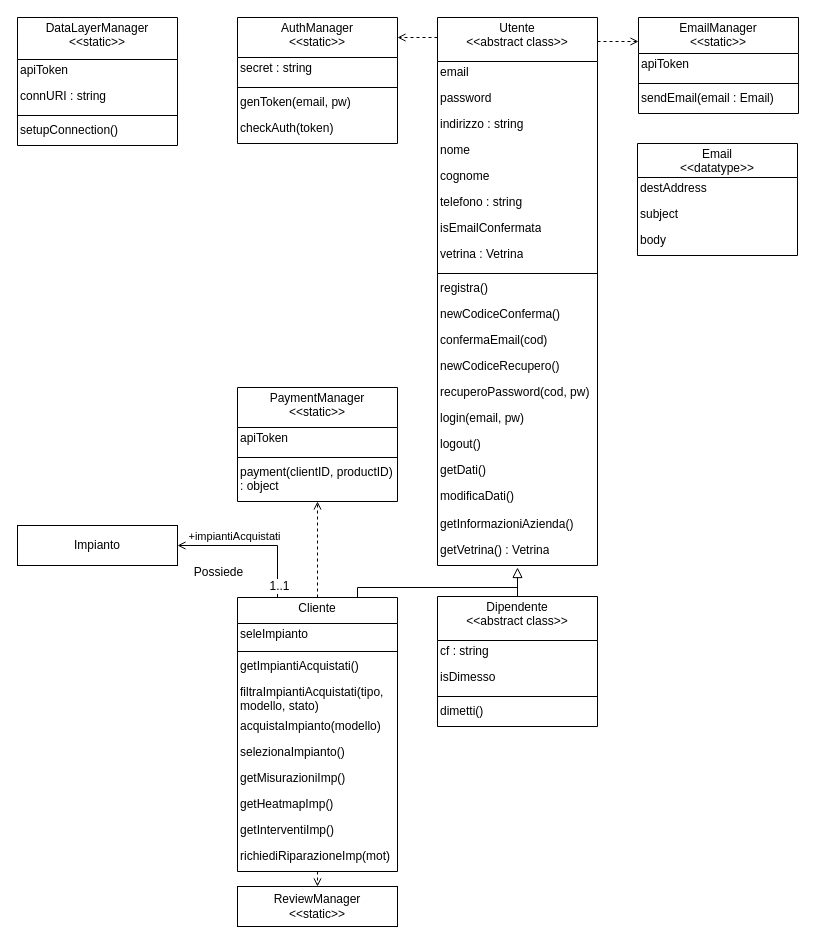
The draw.io diagram page "Utente" (2 of 10) of deliverables/d3/.media/.drawio/classi.drawio in amanfucci/ardeeno-workondeliverables, before the edit. Source tidied: cells renumbered, new cells numbered last; positions are measured from the earlier drawing's top-left corner, leaving out a move shared by most shapes. Both pictures are drawn from the tidied source at 100%, with x=0, y=0 at pixel (17, 17).
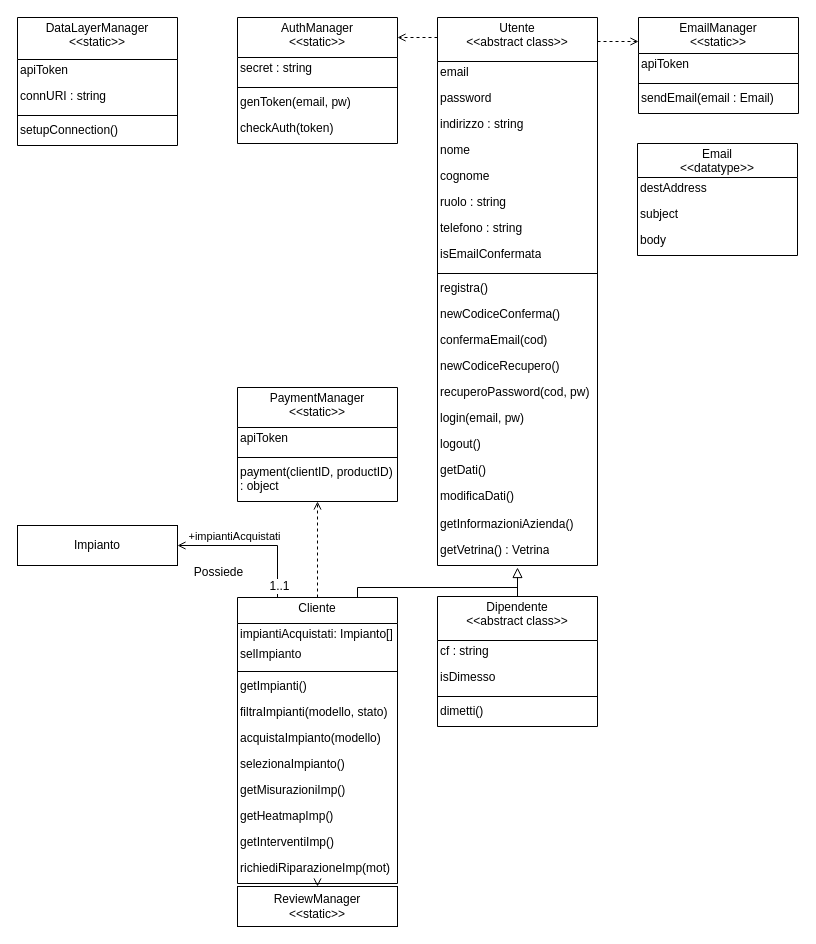
Above is the later version.

The change refers to these unchanged cells:
```xml
<mxCell id="4" value="Utente&#10;&lt;&lt;abstract class&gt;&gt;" style="swimlane;fontStyle=0;align=center;verticalAlign=top;horizontal=1;startSize=44;whiteSpace=wrap;spacing=-1;" parent="1" vertex="1">
  <mxGeometry x="420" width="160" height="548" as="geometry" />
</mxCell>
```

Diff of the diagram source:
```diff
@@
+    <mxCell id="72" value="ruolo : string" style="text;strokeColor=none;fillColor=none;align=left;verticalAlign=top;spacingLeft=4;spacingRight=4;overflow=hidden;fontStyle=0;whiteSpace=wrap;spacing=-1;" parent="4" vertex="1">
+      <mxGeometry y="174" width="160" height="26" as="geometry" />
+    </mxCell>
     <mxCell id="10" value="telefono : string" style="text;strokeColor=none;fillColor=none;align=left;verticalAlign=top;spacingLeft=4;spacingRight=4;overflow=hidden;fontStyle=0;whiteSpace=wrap;spacing=-1;" parent="4" vertex="1">
-      <mxGeometry y="174" width="160" height="26" as="geometry" />
+      <mxGeometry y="200" width="160" height="26" as="geometry" />
     </mxCell>
     <mxCell id="11" value="isEmailConfermata" style="text;strokeColor=none;fillColor=none;align=left;verticalAlign=top;spacingLeft=4;spacingRight=4;overflow=hidden;fontStyle=0;whiteSpace=wrap;spacing=-1;" parent="4" vertex="1">
-      <mxGeometry y="200" width="160" height="26" as="geometry" />
+      <mxGeometry y="226" width="160" height="26" as="geometry" />
     </mxCell>
-    <mxCell id="12" value="vetrina : Vetrina" style="text;strokeColor=none;fillColor=none;align=left;verticalAlign=top;spacingLeft=4;spacingRight=4;overflow=hidden;fontStyle=0;whiteSpace=wrap;spacing=-1;" parent="4" vertex="1">
-      <mxGeometry y="226" width="160" height="26" as="geometry" />
-    </mxCell>
@@
     <mxCell id="46" value="Cliente" style="swimlane;fontStyle=0;align=center;verticalAlign=top;horizontal=1;startSize=26;whiteSpace=wrap;spacing=-1;" parent="1" vertex="1">
-      <mxGeometry x="220" y="580" width="160" height="274" as="geometry" />
+      <mxGeometry x="220" y="580" width="160" height="286" as="geometry" />
     </mxCell>
+    <mxCell id="73" value="impiantiAcquistati: Impianto[]" style="text;strokeColor=none;fillColor=none;align=left;verticalAlign=top;spacingLeft=4;spacingRight=4;overflow=hidden;fontStyle=0;whiteSpace=wrap;spacing=-1;" parent="46" vertex="1">
+      <mxGeometry y="26" width="160" height="20" as="geometry" />
+    </mxCell>
-    <mxCell id="47" value="seleImpianto" style="text;strokeColor=none;fillColor=none;align=left;verticalAlign=top;spacingLeft=4;spacingRight=4;overflow=hidden;fontStyle=0;whiteSpace=wrap;spacing=-1;" parent="46" vertex="1">
-      <mxGeometry y="26" width="160" height="24" as="geometry" />
+    <mxCell id="47" value="selImpianto" style="text;strokeColor=none;fillColor=none;align=left;verticalAlign=top;spacingLeft=4;spacingRight=4;overflow=hidden;fontStyle=0;whiteSpace=wrap;spacing=-1;" parent="46" vertex="1">
+      <mxGeometry y="46" width="160" height="24" as="geometry" />
     </mxCell>
     <mxCell id="48" style="line;strokeWidth=1;fillColor=none;align=left;verticalAlign=middle;spacingTop=-1;spacingLeft=3;spacingRight=3;labelPosition=right;strokeColor=inherit;fontStyle=0;whiteSpace=wrap;spacing=-1;" parent="46" vertex="1">
-      <mxGeometry y="50" width="160" height="8" as="geometry" />
+      <mxGeometry y="70" width="160" height="8" as="geometry" />
     </mxCell>
-    <mxCell id="49" value="getImpiantiAcquistati()" style="text;strokeColor=none;fillColor=none;align=left;verticalAlign=top;spacingLeft=4;spacingRight=4;overflow=hidden;fontStyle=0;whiteSpace=wrap;spacing=-1;" parent="46" vertex="1">
-      <mxGeometry y="58" width="160" height="26" as="geometry" />
+    <mxCell id="49" value="getImpianti()" style="text;strokeColor=none;fillColor=none;align=left;verticalAlign=top;spacingLeft=4;spacingRight=4;overflow=hidden;fontStyle=0;whiteSpace=wrap;spacing=-1;" parent="46" vertex="1">
+      <mxGeometry y="78" width="160" height="26" as="geometry" />
     </mxCell>
-    <mxCell id="50" value="filtraImpiantiAcquistati(tipo, modello, stato)" style="text;strokeColor=none;fillColor=none;align=left;verticalAlign=top;spacingLeft=4;spacingRight=4;overflow=hidden;fontStyle=0;whiteSpace=wrap;spacing=-1;" parent="46" vertex="1">
-      <mxGeometry y="84" width="160" height="34" as="geometry" />
+    <mxCell id="50" value="filtraImpianti(modello, stato)" style="text;strokeColor=none;fillColor=none;align=left;verticalAlign=top;spacingLeft=4;spacingRight=4;overflow=hidden;fontStyle=0;whiteSpace=wrap;spacing=-1;" parent="46" vertex="1">
+      <mxGeometry y="104" width="160" height="26" as="geometry" />
     </mxCell>
     <mxCell id="51" value="acquistaImpianto(modello)" style="text;strokeColor=none;fillColor=none;align=left;verticalAlign=top;spacingLeft=4;spacingRight=4;overflow=hidden;fontStyle=0;whiteSpace=wrap;spacing=-1;" parent="46" vertex="1">
-      <mxGeometry y="118" width="160" height="26" as="geometry" />
+      <mxGeometry y="130" width="160" height="26" as="geometry" />
     </mxCell>
     <mxCell id="52" value="selezionaImpianto()" style="text;strokeColor=none;fillColor=none;align=left;verticalAlign=top;spacingLeft=4;spacingRight=4;overflow=hidden;fontStyle=0;whiteSpace=wrap;spacing=-1;" parent="46" vertex="1">
-      <mxGeometry y="144" width="160" height="26" as="geometry" />
+      <mxGeometry y="156" width="160" height="26" as="geometry" />
     </mxCell>
     <mxCell id="53" value="getMisurazioniImp()" style="text;strokeColor=none;fillColor=none;align=left;verticalAlign=top;spacingLeft=4;spacingRight=4;overflow=hidden;fontStyle=0;whiteSpace=wrap;spacing=-1;" parent="46" vertex="1">
-      <mxGeometry y="170" width="160" height="26" as="geometry" />
+      <mxGeometry y="182" width="160" height="26" as="geometry" />
     </mxCell>
     <mxCell id="54" value="getHeatmapImp()" style="text;strokeColor=none;fillColor=none;align=left;verticalAlign=top;spacingLeft=4;spacingRight=4;overflow=hidden;fontStyle=0;whiteSpace=wrap;spacing=-1;" parent="46" vertex="1">
-      <mxGeometry y="196" width="160" height="26" as="geometry" />
+      <mxGeometry y="208" width="160" height="26" as="geometry" />
     </mxCell>
     <mxCell id="55" value="getInterventiImp()" style="text;strokeColor=none;fillColor=none;align=left;verticalAlign=top;spacingLeft=4;spacingRight=4;overflow=hidden;fontStyle=0;whiteSpace=wrap;spacing=-1;" parent="46" vertex="1">
-      <mxGeometry y="222" width="160" height="26" as="geometry" />
+      <mxGeometry y="234" width="160" height="26" as="geometry" />
     </mxCell>
     <mxCell id="56" value="richiediRiparazioneImp(mot)" style="text;strokeColor=none;fillColor=none;align=left;verticalAlign=top;spacingLeft=4;spacingRight=4;overflow=hidden;fontStyle=0;whiteSpace=wrap;spacing=-1;" parent="46" vertex="1">
-      <mxGeometry y="248" width="160" height="26" as="geometry" />
+      <mxGeometry y="260" width="160" height="26" as="geometry" />
     </mxCell>
```
